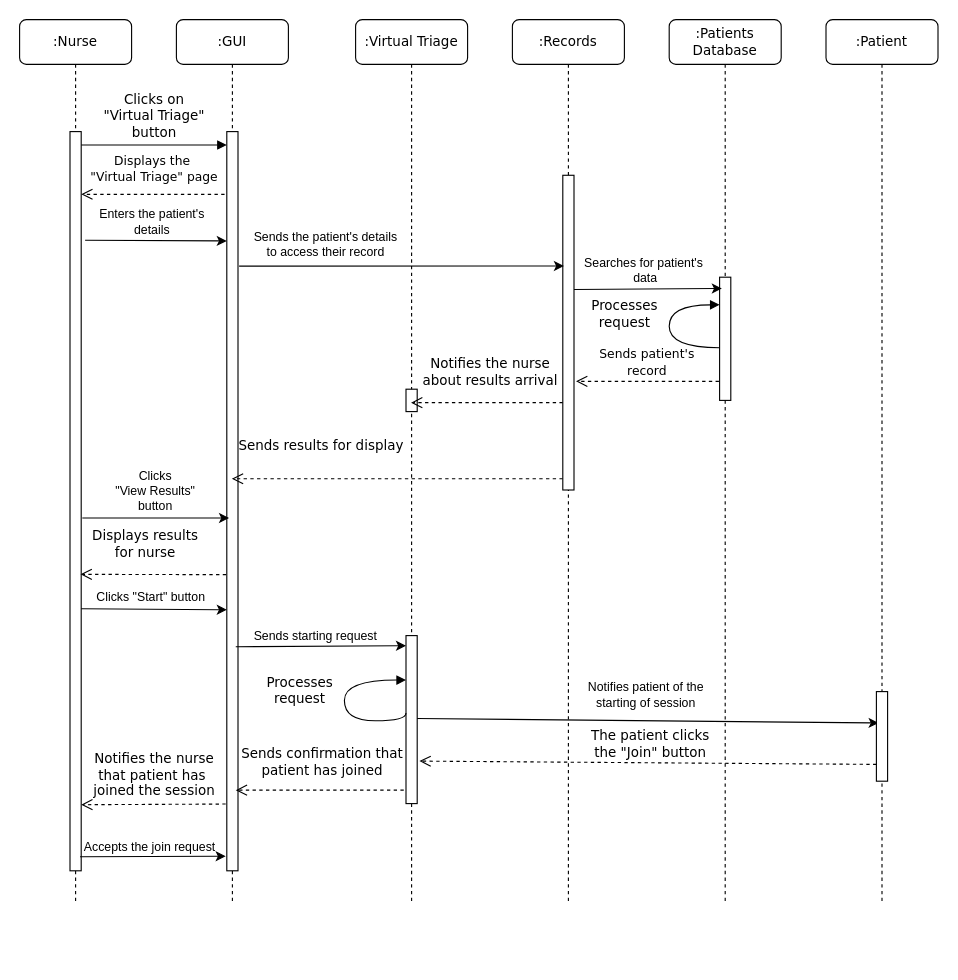
Earlier version of the draw.io diagram Project Milestone 2/Sequence_4.drawio (SENG-350-2024-fall/Team-6). Source tidied: cells renumbered, new cells numbered last; positions are measured from the earlier drawing's top-left corner, leaving out a move shared by most shapes. Both pictures are drawn from the tidied source at 112%, with x=0, y=0 at pixel (19, 19).
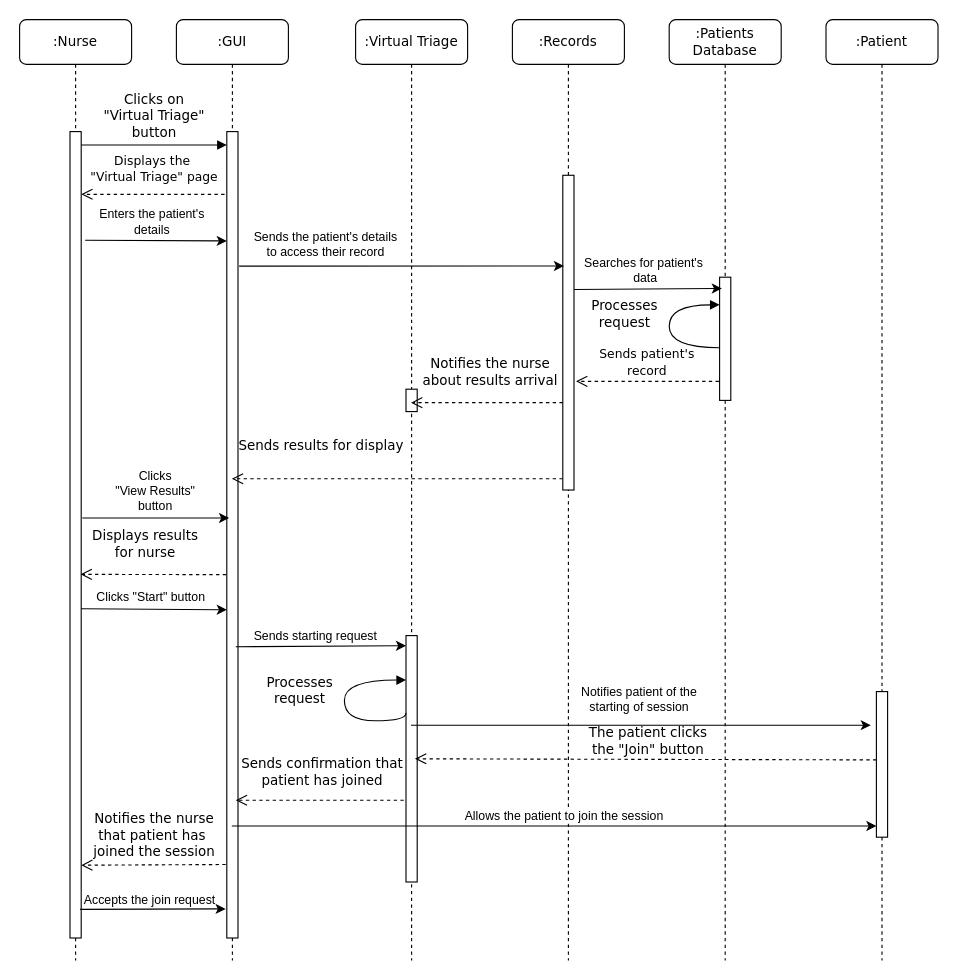
After the change.

The edit, as a diff of the source:
```diff
@@
     <mxCell id="2" value=":GUI" style="shape=umlLifeline;perimeter=lifelinePerimeter;whiteSpace=wrap;html=1;outlineConnect=0;rounded=1;shadow=0;comic=0;labelBackgroundColor=none;strokeWidth=1;fontFamily=Verdana;fontSize=12;align=center;" parent="1" vertex="1">
-      <mxGeometry x="140" width="100" height="790" as="geometry" />
+      <mxGeometry x="140" width="100" height="840" as="geometry" />
     </mxCell>
     <mxCell id="3" style="html=1;perimeter=orthogonalPerimeter;rounded=0;shadow=0;comic=0;labelBackgroundColor=none;strokeWidth=1;fontFamily=Verdana;fontSize=12;align=center;" parent="2" vertex="1">
-      <mxGeometry x="45" y="100" width="10" height="660" as="geometry" />
+      <mxGeometry x="45" y="100" width="10" height="720" as="geometry" />
     </mxCell>
     <mxCell id="4" value=":Virtual Triage" style="shape=umlLifeline;perimeter=lifelinePerimeter;whiteSpace=wrap;html=1;outlineConnect=0;rounded=1;shadow=0;comic=0;labelBackgroundColor=none;strokeWidth=1;fontFamily=Verdana;fontSize=12;align=center;" parent="1" vertex="1">
-      <mxGeometry x="300" width="100" height="790" as="geometry" />
+      <mxGeometry x="300" width="100" height="840" as="geometry" />
     </mxCell>
@@
     <mxCell id="7" style="html=1;points=[];perimeter=orthogonalPerimeter;rounded=0;shadow=0;comic=0;labelBackgroundColor=none;strokeWidth=1;fontFamily=Verdana;fontSize=12;align=center;" parent="4" vertex="1">
-      <mxGeometry x="45" y="550" width="10" height="150" as="geometry" />
+      <mxGeometry x="45" y="550" width="10" height="220" as="geometry" />
     </mxCell>
@@
     <mxCell id="9" value=":Records" style="shape=umlLifeline;perimeter=lifelinePerimeter;whiteSpace=wrap;html=1;rounded=1;shadow=0;comic=0;labelBackgroundColor=none;strokeWidth=1;fontFamily=Verdana;fontSize=12;align=center;" parent="1" vertex="1">
-      <mxGeometry x="440" width="100" height="790" as="geometry" />
+      <mxGeometry x="440" width="100" height="840" as="geometry" />
     </mxCell>
@@
     <mxCell id="11" value=":Patients Database" style="shape=umlLifeline;perimeter=lifelinePerimeter;whiteSpace=wrap;html=1;rounded=1;shadow=0;comic=0;labelBackgroundColor=none;strokeWidth=1;fontFamily=Verdana;fontSize=12;align=center;" parent="1" vertex="1">
-      <mxGeometry x="580" width="100" height="790" as="geometry" />
+      <mxGeometry x="580" width="100" height="840" as="geometry" />
     </mxCell>
@@
     <mxCell id="14" value=":Nurse" style="shape=umlLifeline;perimeter=lifelinePerimeter;whiteSpace=wrap;html=1;rounded=1;shadow=0;comic=0;labelBackgroundColor=none;strokeWidth=1;fontFamily=Verdana;fontSize=12;align=center;" parent="1" vertex="1">
-      <mxGeometry width="100" height="790" as="geometry" />
+      <mxGeometry width="100" height="840" as="geometry" />
     </mxCell>
     <mxCell id="15" style="html=1;perimeter=orthogonalPerimeter;rounded=0;shadow=0;comic=0;labelBackgroundColor=none;strokeWidth=1;fontFamily=Verdana;fontSize=12;align=center;" parent="14" vertex="1">
-      <mxGeometry x="45" y="100" width="10" height="660" as="geometry" />
+      <mxGeometry x="45" y="100" width="10" height="720" as="geometry" />
     </mxCell>
     <mxCell id="16" value="Notifies the nurse&lt;br&gt;that patient has&amp;nbsp;&lt;br&gt;joined the session&lt;div&gt;&lt;br/&gt;&lt;/div&gt;" style="html=1;verticalAlign=bottom;endArrow=open;dashed=1;endSize=8;labelBackgroundColor=none;fontFamily=Verdana;fontSize=12;exitX=-0.105;exitY=0.982;exitDx=0;exitDy=0;exitPerimeter=0;" parent="14" edge="1">
       <mxGeometry x="-0.01" y="12" relative="1" as="geometry">
-        <mxPoint x="184" y="700.4" as="sourcePoint" />
-        <mxPoint x="55" y="701" as="targetPoint" />
+        <mxPoint x="184" y="754.4" as="sourcePoint" />
+        <mxPoint x="55" y="755" as="targetPoint" />
       </mxGeometry>
     </mxCell>
@@
-    <mxCell id="34" style="endArrow=classic;html=1;rounded=0;entryX=0.2;entryY=0.35;entryDx=0;entryDy=0;entryPerimeter=0;" parent="1" edge="1" target="37">
+    <mxCell id="34" style="endArrow=classic;html=1;rounded=0;" parent="1" edge="1" source="4">
       <mxGeometry relative="1" as="geometry">
-        <mxPoint x="355" y="624" as="sourcePoint" />
+        <mxPoint x="760" y="630" as="targetPoint" />
       </mxGeometry>
     </mxCell>
@@
     <mxCell id="36" value=":Patient" style="shape=umlLifeline;perimeter=lifelinePerimeter;whiteSpace=wrap;html=1;rounded=1;shadow=0;comic=0;labelBackgroundColor=none;strokeWidth=1;fontFamily=Verdana;fontSize=12;align=center;" parent="1" vertex="1">
-      <mxGeometry x="720" width="100" height="790" as="geometry" />
+      <mxGeometry x="720" width="100" height="840" as="geometry" />
     </mxCell>
     <mxCell id="37" style="rounded=0;whiteSpace=wrap;html=1;" parent="36" vertex="1">
-      <mxGeometry x="45" y="600" width="10" height="80" as="geometry" />
+      <mxGeometry x="45" y="600" width="10" height="130" as="geometry" />
     </mxCell>
-    <mxCell id="38" value="The patient clicks &lt;br&gt;the &quot;Join&quot; button" style="html=1;verticalAlign=bottom;endArrow=open;dashed=1;endSize=8;labelBackgroundColor=none;fontFamily=Verdana;fontSize=12;exitX=-0.057;exitY=0.927;exitDx=0;exitDy=0;exitPerimeter=0;entryX=1.2;entryY=0.747;entryDx=0;entryDy=0;entryPerimeter=0;" parent="1" edge="1" target="7">
+    <mxCell id="38" value="The patient clicks &lt;br&gt;the &quot;Join&quot; button" style="html=1;verticalAlign=bottom;endArrow=open;dashed=1;endSize=8;labelBackgroundColor=none;fontFamily=Verdana;fontSize=12;exitX=-0.057;exitY=0.927;exitDx=0;exitDy=0;exitPerimeter=0;entryX=0.8;entryY=0.6;entryDx=0;entryDy=0;entryPerimeter=0;" parent="1" edge="1">
       <mxGeometry x="-0.01" relative="1" as="geometry">
-        <mxPoint x="765" y="665" as="sourcePoint" />
+        <mxPoint x="765" y="661" as="sourcePoint" />
+        <mxPoint x="353" y="660" as="targetPoint" />
       </mxGeometry>
     </mxCell>
     <mxCell id="39" value="Sends confirmation that&lt;br&gt;patient has joined" style="html=1;verticalAlign=bottom;endArrow=open;dashed=1;endSize=8;labelBackgroundColor=none;fontFamily=Verdana;fontSize=12;" parent="1" edge="1">
       <mxGeometry x="-0.03" y="-8" relative="1" as="geometry">
-        <mxPoint x="343" y="688" as="sourcePoint" />
-        <mxPoint x="193" y="688" as="targetPoint" />
+        <mxPoint x="343" y="697" as="sourcePoint" />
+        <mxPoint x="193" y="697" as="targetPoint" />
       </mxGeometry>
     </mxCell>
     <mxCell id="40" style="endArrow=classic;html=1;rounded=0;exitX=0.895;exitY=0.99;exitDx=0;exitDy=0;exitPerimeter=0;" parent="1" edge="1">
       <mxGeometry relative="1" as="geometry">
-        <mxPoint x="54" y="747.4" as="sourcePoint" />
-        <mxPoint x="184" y="747" as="targetPoint" />
+        <mxPoint x="54" y="794.4" as="sourcePoint" />
+        <mxPoint x="184" y="794" as="targetPoint" />
       </mxGeometry>
     </mxCell>
@@
+    <mxCell id="42" style="endArrow=classic;html=1;rounded=0;entryX=0;entryY=0.867;entryDx=0;entryDy=0;entryPerimeter=0;" parent="1" edge="1">
+      <mxGeometry relative="1" as="geometry">
+        <mxPoint x="189.5" y="720" as="sourcePoint" />
+        <mxPoint x="765" y="720" as="targetPoint" />
+      </mxGeometry>
+    </mxCell>
+    <mxCell id="43" value="Allows the patient to join the session" style="edgeLabel;html=1;align=center;verticalAlign=middle;" parent="42" vertex="1">
+      <mxGeometry x="-0.34" y="-3" relative="1" as="geometry">
+        <mxPoint x="106" y="-13" as="offset" />
+      </mxGeometry>
+    </mxCell>
```
